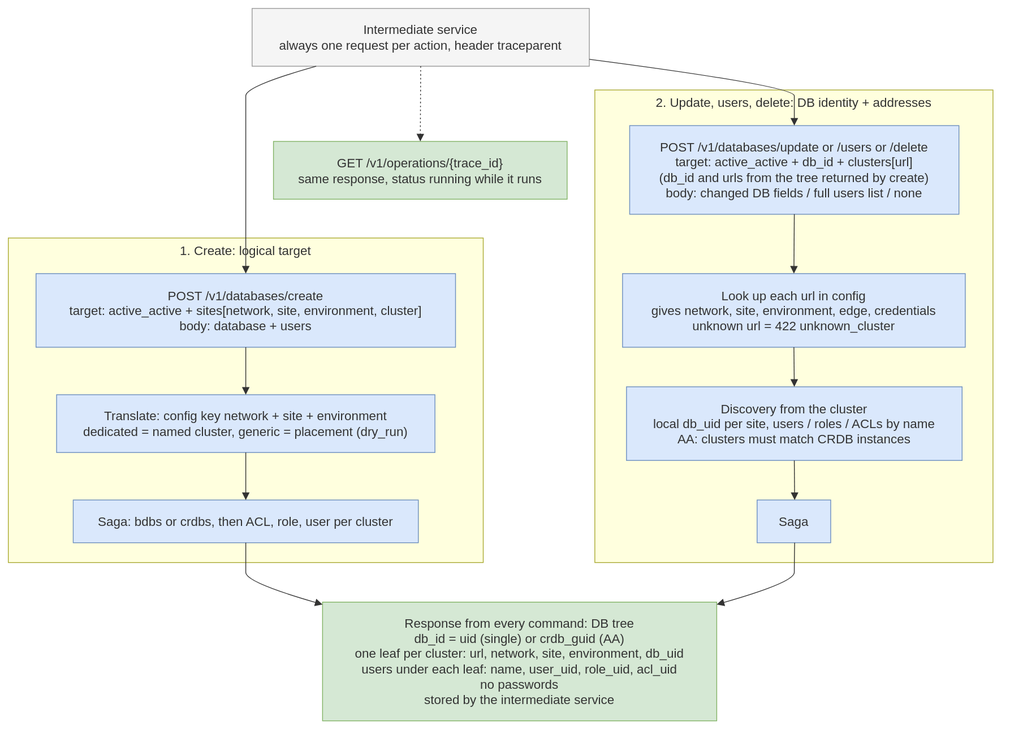
Earlier version of the draw.io export docs/dr/diagrams/15-api-contract.drawio.svg (EliShteinman/redis-enterprise-services). Source tidied: cells renumbered, new cells last; positions are measured from the earlier drawing's top-left corner, leaving out a move shared by most shapes.
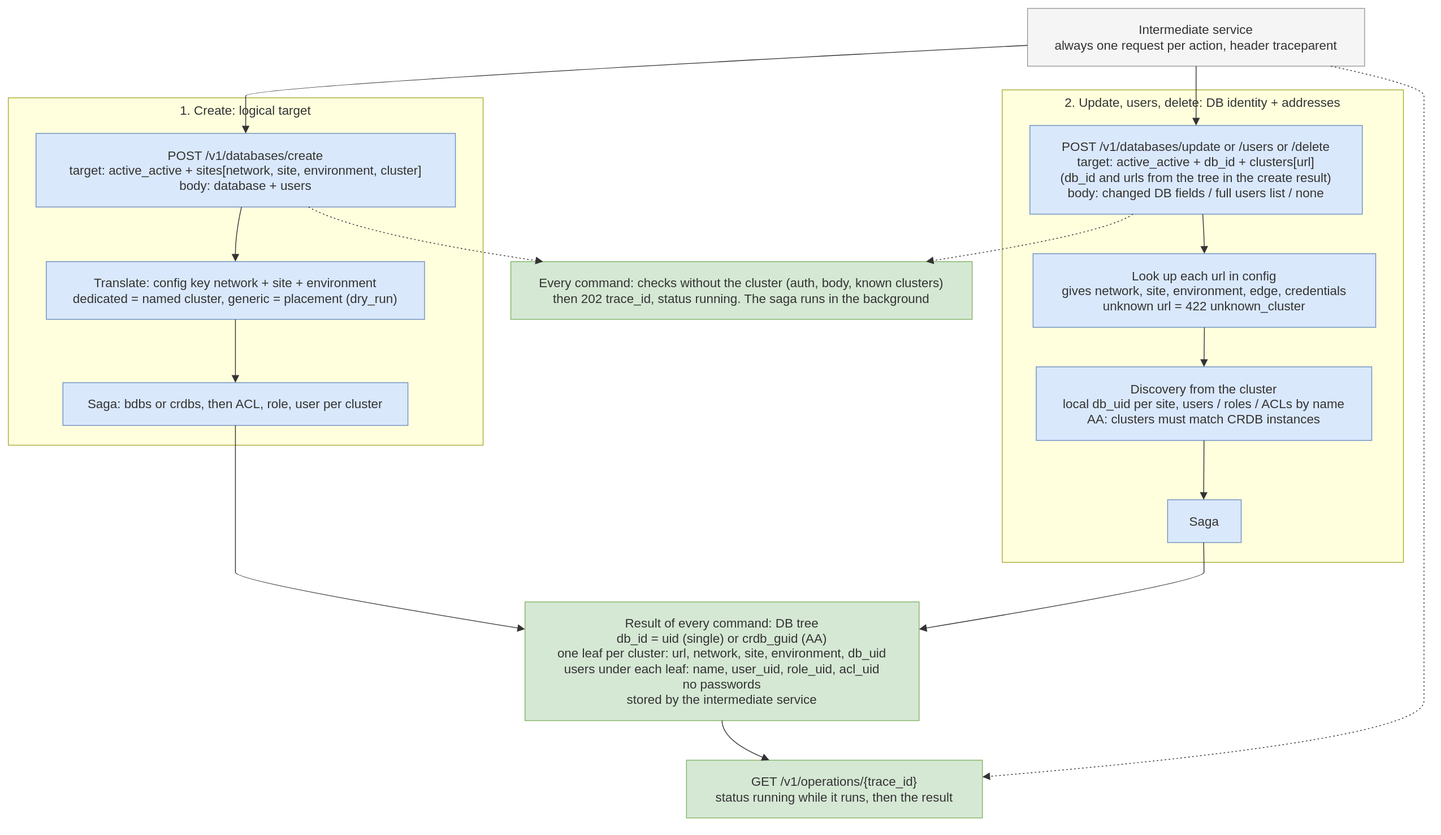
Above is the later version.

Commit message:
docs: asynchronous API, commands answer 202 and the result comes from the status query

Diff of the diagram source:
```diff
@@ -3,93 +3,137 @@
     <mxCell id="0" />
     <mxCell id="1" parent="0" />
     <mxCell id="2" value="1. Create: logical target" style="html=1;whiteSpace=wrap;strokeWidth=1;verticalAlign=top;fillColor=light-dark(#ffffde,#1f2020);strokeColor=light-dark(#aaaa33,#cccccc);fontColor=light-dark(#333333,#cccccc);fontFamily=Trebuchet MS,Verdana,Arial,sans-serif;fontSize=16;" parent="1" vertex="1">
-      <mxGeometry y="290" width="600" height="410" as="geometry" />
+      <mxGeometry y="113" width="600" height="439" as="geometry" />
     </mxCell>
     <mxCell id="3" value="POST /v1/databases/create&#10;target: active_active + sites[network, site, environment, cluster]&#10;body: database + users" style="html=1;whiteSpace=wrap;strokeWidth=1;fillColor=#dae8fc;strokeColor=#6c8ebf;fontColor=light-dark(#333333,#cccccc);fontFamily=Trebuchet MS,Verdana,Arial,sans-serif;fontSize=16;" parent="2" vertex="1">
       <mxGeometry x="35" y="45" width="530" height="93" as="geometry" />
     </mxCell>
     <mxCell id="4" value="Translate: config key network + site + environment&#10;dedicated = named cluster, generic = placement (dry_run)" style="html=1;whiteSpace=wrap;strokeWidth=1;fillColor=#dae8fc;strokeColor=#6c8ebf;fontColor=light-dark(#333333,#cccccc);fontFamily=Trebuchet MS,Verdana,Arial,sans-serif;fontSize=16;" parent="2" vertex="1">
-      <mxGeometry x="61" y="198" width="478" height="73" as="geometry" />
+      <mxGeometry x="48" y="207" width="478" height="73" as="geometry" />
     </mxCell>
     <mxCell id="5" value="Saga: bdbs or crdbs, then ACL, role, user per cluster" style="html=1;whiteSpace=wrap;strokeWidth=1;fillColor=#dae8fc;strokeColor=#6c8ebf;fontColor=light-dark(#333333,#cccccc);fontFamily=Trebuchet MS,Verdana,Arial,sans-serif;fontSize=16;" parent="2" vertex="1">
-      <mxGeometry x="82" y="331" width="436" height="54" as="geometry" />
+      <mxGeometry x="69" y="360" width="436" height="54" as="geometry" />
     </mxCell>
-    <mxCell id="6" style="curved=1;startArrow=none;endArrow=block;endSize=7;strokeColor=light-dark(#333333,#cccccc);exitX=0.5;exitY=1;entryX=0.5;entryY=0;" parent="2" edge="1" source="3" target="4">
-      <mxGeometry relative="1" as="geometry" />
-    </mxCell>
-    <mxCell id="7" style="curved=1;startArrow=none;endArrow=block;endSize=7;strokeColor=light-dark(#333333,#cccccc);exitX=0.5;exitY=1;entryX=0.5;entryY=0;" parent="2" edge="1" source="4" target="5">
-      <mxGeometry relative="1" as="geometry" />
-    </mxCell>
+    <mxCell id="15" style="curved=1;startArrow=none;endArrow=block;endSize=7;strokeColor=light-dark(#333333,#cccccc);exitX=0.49;exitY=1;entryX=0.5;entryY=0;" parent="2" edge="1" source="3" target="4">
+      <mxGeometry relative="1" as="geometry">
+        <Array as="points">
+          <mxPoint x="287" y="172" />
+        </Array>
+      </mxGeometry>
+    </mxCell>
+    <mxCell id="24" style="curved=1;startArrow=none;endArrow=block;endSize=7;strokeColor=light-dark(#333333,#cccccc);exitX=0.5;exitY=1;entryX=0.5;entryY=0;" parent="2" edge="1" source="4" target="5">
+      <mxGeometry relative="1" as="geometry" />
+    </mxCell>
     <mxCell id="8" value="2. Update, users, delete: DB identity + addresses" style="html=1;whiteSpace=wrap;strokeWidth=1;verticalAlign=top;fillColor=light-dark(#ffffde,#1f2020);strokeColor=light-dark(#aaaa33,#cccccc);fontColor=light-dark(#333333,#cccccc);fontFamily=Trebuchet MS,Verdana,Arial,sans-serif;fontSize=16;" parent="1" vertex="1">
-      <mxGeometry x="741" y="103" width="503" height="597" as="geometry" />
+      <mxGeometry x="1256" y="103" width="507" height="597" as="geometry" />
     </mxCell>
-    <mxCell id="9" value="POST /v1/databases/update or /users or /delete&#10;target: active_active + db_id + clusters[url]&#10;(db_id and urls from the tree returned by create)&#10;body: changed DB fields / full users list / none" style="html=1;whiteSpace=wrap;strokeWidth=1;fillColor=#dae8fc;strokeColor=#6c8ebf;fontColor=light-dark(#333333,#cccccc);fontFamily=Trebuchet MS,Verdana,Arial,sans-serif;fontSize=16;" parent="8" vertex="1">
-      <mxGeometry x="44" y="45" width="416" height="112" as="geometry" />
+    <mxCell id="9" value="POST /v1/databases/update or /users or /delete&#10;target: active_active + db_id + clusters[url]&#10;(db_id and urls from the tree in the create result)&#10;body: changed DB fields / full users list / none" style="html=1;whiteSpace=wrap;strokeWidth=1;fillColor=#dae8fc;strokeColor=#6c8ebf;fontColor=light-dark(#333333,#cccccc);fontFamily=Trebuchet MS,Verdana,Arial,sans-serif;fontSize=16;" parent="8" vertex="1">
+      <mxGeometry x="35" y="45" width="420" height="112" as="geometry" />
     </mxCell>
     <mxCell id="10" value="Look up each url in config&#10;gives network, site, environment, edge, credentials&#10;unknown url = 422 unknown_cluster" style="html=1;whiteSpace=wrap;strokeWidth=1;fillColor=#dae8fc;strokeColor=#6c8ebf;fontColor=light-dark(#333333,#cccccc);fontFamily=Trebuchet MS,Verdana,Arial,sans-serif;fontSize=16;" parent="8" vertex="1">
-      <mxGeometry x="35" y="232" width="433" height="93" as="geometry" />
+      <mxGeometry x="39" y="207" width="433" height="93" as="geometry" />
     </mxCell>
     <mxCell id="11" value="Discovery from the cluster&#10;local db_uid per site, users / roles / ACLs by name&#10;AA: clusters must match CRDB instances" style="html=1;whiteSpace=wrap;strokeWidth=1;fillColor=#dae8fc;strokeColor=#6c8ebf;fontColor=light-dark(#333333,#cccccc);fontFamily=Trebuchet MS,Verdana,Arial,sans-serif;fontSize=16;" parent="8" vertex="1">
-      <mxGeometry x="40" y="375" width="424" height="93" as="geometry" />
+      <mxGeometry x="43" y="350" width="424" height="93" as="geometry" />
     </mxCell>
     <mxCell id="12" value="Saga" style="html=1;whiteSpace=wrap;strokeWidth=1;fillColor=#dae8fc;strokeColor=#6c8ebf;fontColor=light-dark(#333333,#cccccc);fontFamily=Trebuchet MS,Verdana,Arial,sans-serif;fontSize=16;" parent="8" vertex="1">
-      <mxGeometry x="205" y="518" width="93" height="54" as="geometry" />
+      <mxGeometry x="209" y="518" width="93" height="54" as="geometry" />
     </mxCell>
-    <mxCell id="13" style="curved=1;startArrow=none;endArrow=block;endSize=7;strokeColor=light-dark(#333333,#cccccc);exitX=0.5;exitY=1;entryX=0.5;entryY=0;" parent="8" edge="1" source="9" target="10">
-      <mxGeometry relative="1" as="geometry" />
-    </mxCell>
-    <mxCell id="14" style="curved=1;startArrow=none;endArrow=block;endSize=7;strokeColor=light-dark(#333333,#cccccc);exitX=0.5;exitY=1;entryX=0.5;entryY=0;" parent="8" edge="1" source="10" target="11">
-      <mxGeometry relative="1" as="geometry" />
-    </mxCell>
-    <mxCell id="15" style="curved=1;startArrow=none;endArrow=block;endSize=7;strokeColor=light-dark(#333333,#cccccc);exitX=0.5;exitY=1;entryX=0.51;entryY=0;" parent="8" edge="1" source="11" target="12">
-      <mxGeometry relative="1" as="geometry" />
-    </mxCell>
+    <mxCell id="25" style="curved=1;startArrow=none;endArrow=block;endSize=7;strokeColor=light-dark(#333333,#cccccc);exitX=0.52;exitY=1;entryX=0.5;entryY=0;" parent="8" edge="1" source="9" target="10">
+      <mxGeometry relative="1" as="geometry">
+        <Array as="points">
+          <mxPoint x="255" y="182" />
+        </Array>
+      </mxGeometry>
+    </mxCell>
+    <mxCell id="26" style="curved=1;startArrow=none;endArrow=block;endSize=7;strokeColor=light-dark(#333333,#cccccc);exitX=0.5;exitY=1;entryX=0.5;entryY=0;" parent="8" edge="1" source="10" target="11">
+      <mxGeometry relative="1" as="geometry" />
+    </mxCell>
+    <mxCell id="27" style="curved=1;startArrow=none;endArrow=block;endSize=7;strokeColor=light-dark(#333333,#cccccc);exitX=0.5;exitY=1;entryX=0.49;entryY=0;" parent="8" edge="1" source="11" target="12">
+      <mxGeometry relative="1" as="geometry" />
+    </mxCell>
     <mxCell id="16" value="Intermediate service&#10;always one request per action, header traceparent" style="html=1;whiteSpace=wrap;strokeWidth=1;fillColor=#f5f5f5;strokeColor=#999999;fontColor=light-dark(#333333,#cccccc);fontFamily=Trebuchet MS,Verdana,Arial,sans-serif;fontSize=16;" parent="1" vertex="1">
-      <mxGeometry x="308" width="426" height="73" as="geometry" />
+      <mxGeometry x="1288" width="426" height="73" as="geometry" />
     </mxCell>
-    <mxCell id="17" value="Response from every command: DB tree&#10;db_id = uid (single) or crdb_guid (AA)&#10;one leaf per cluster: url, network, site, environment, db_uid&#10;users under each leaf: name, user_uid, role_uid, acl_uid&#10;no passwords&#10;stored by the intermediate service" style="html=1;whiteSpace=wrap;strokeWidth=1;fillColor=#d5e8d4;strokeColor=#82b366;fontColor=light-dark(#333333,#cccccc);fontFamily=Trebuchet MS,Verdana,Arial,sans-serif;fontSize=16;" parent="1" vertex="1">
-      <mxGeometry x="397" y="750" width="498" height="150" as="geometry" />
+    <mxCell id="17" value="Every command: checks without the cluster (auth, body, known clusters)&#10;then 202 trace_id, status running. The saga runs in the background" style="html=1;whiteSpace=wrap;strokeWidth=1;fillColor=#d5e8d4;strokeColor=#82b366;fontColor=light-dark(#333333,#cccccc);fontFamily=Trebuchet MS,Verdana,Arial,sans-serif;fontSize=16;" parent="1" vertex="1">
+      <mxGeometry x="635" y="320" width="583" height="73" as="geometry" />
     </mxCell>
-    <mxCell id="18" value="GET /v1/operations/{trace_id}&#10;same response, status running while it runs" style="html=1;whiteSpace=wrap;strokeWidth=1;fillColor=#d5e8d4;strokeColor=#82b366;fontColor=light-dark(#333333,#cccccc);fontFamily=Trebuchet MS,Verdana,Arial,sans-serif;fontSize=16;" parent="1" vertex="1">
-      <mxGeometry x="335" y="168" width="371" height="73" as="geometry" />
+    <mxCell id="18" value="Result of every command: DB tree&#10;db_id = uid (single) or crdb_guid (AA)&#10;one leaf per cluster: url, network, site, environment, db_uid&#10;users under each leaf: name, user_uid, role_uid, acl_uid&#10;no passwords&#10;stored by the intermediate service" style="html=1;whiteSpace=wrap;strokeWidth=1;fillColor=#d5e8d4;strokeColor=#82b366;fontColor=light-dark(#333333,#cccccc);fontFamily=Trebuchet MS,Verdana,Arial,sans-serif;fontSize=16;" parent="1" vertex="1">
+      <mxGeometry x="653" y="750" width="498" height="150" as="geometry" />
     </mxCell>
-    <mxCell id="19" style="curved=1;startArrow=none;endArrow=block;endSize=7;strokeColor=light-dark(#333333,#cccccc);exitX=0.19;exitY=1;entryX=0.5;entryY=0;" parent="1" edge="1" source="16" target="3">
-      <mxGeometry relative="1" as="geometry">
-        <Array as="points">
-          <mxPoint x="300" y="98" />
-          <mxPoint x="300" y="123" />
-          <mxPoint x="300" y="204" />
-          <mxPoint x="300" y="285" />
-          <mxPoint x="300" y="310" />
-        </Array>
-      </mxGeometry>
+    <mxCell id="19" value="GET /v1/operations/{trace_id}&#10;status running while it runs, then the result" style="html=1;whiteSpace=wrap;strokeWidth=1;fillColor=#d5e8d4;strokeColor=#82b366;fontColor=light-dark(#333333,#cccccc);fontFamily=Trebuchet MS,Verdana,Arial,sans-serif;fontSize=16;" parent="1" vertex="1">
+      <mxGeometry x="857" y="950" width="374" height="73" as="geometry" />
     </mxCell>
-    <mxCell id="20" style="curved=1;startArrow=none;endArrow=block;endSize=7;strokeColor=light-dark(#333333,#cccccc);exitX=1;exitY=0.88;entryX=0.5;entryY=0;" parent="1" edge="1" source="16" target="9">
+    <mxCell id="20" style="curved=1;startArrow=none;endArrow=block;endSize=7;strokeColor=light-dark(#333333,#cccccc);exitX=0;exitY=0.64;entryX=0.5;entryY=0;" parent="1" edge="1" source="16" target="3">
       <mxGeometry relative="1" as="geometry">
         <Array as="points">
-          <mxPoint x="993" y="98" />
-          <mxPoint x="993" y="123" />
+          <mxPoint x="300" y="98" />
+          <mxPoint x="300" y="123" />
         </Array>
       </mxGeometry>
     </mxCell>
-    <mxCell id="21" style="curved=1;startArrow=none;endArrow=block;endSize=7;strokeColor=light-dark(#333333,#cccccc);exitX=0.5;exitY=1;entryX=0;entryY=0.02;" parent="1" edge="1" source="5" target="17">
-      <mxGeometry relative="1" as="geometry">
-        <Array as="points">
-          <mxPoint x="300" y="700" />
-          <mxPoint x="300" y="725" />
-        </Array>
-      </mxGeometry>
+    <mxCell id="21" style="curved=1;startArrow=none;endArrow=block;endSize=7;strokeColor=light-dark(#333333,#cccccc);exitX=0.5;exitY=1;entryX=0.5;entryY=0;" parent="1" edge="1" source="16" target="9">
+      <mxGeometry relative="1" as="geometry" />
     </mxCell>
-    <mxCell id="22" style="curved=1;startArrow=none;endArrow=block;endSize=7;strokeColor=light-dark(#333333,#cccccc);exitX=0.51;exitY=1;entryX=1;entryY=0.02;" parent="1" edge="1" source="12" target="17">
+    <mxCell id="22" style="curved=1;dashed=1;dashPattern=2 3;fixDash=1;startArrow=none;endArrow=block;endSize=7;strokeColor=light-dark(#333333,#cccccc);exitX=0.65;exitY=1;entryX=0.07;entryY=0;" parent="1" edge="1" source="3" target="17">
       <mxGeometry relative="1" as="geometry">
         <Array as="points">
-          <mxPoint x="993" y="700" />
-          <mxPoint x="993" y="725" />
+          <mxPoint x="440" y="285" />
         </Array>
       </mxGeometry>
     </mxCell>
-    <mxCell id="23" style="curved=1;dashed=1;dashPattern=2 3;fixDash=1;startArrow=none;endArrow=block;endSize=7;strokeColor=light-dark(#333333,#cccccc);exitX=0.5;exitY=1;entryX=0.5;entryY=0;" parent="1" edge="1" source="16" target="18">
-      <mxGeometry relative="1" as="geometry" />
+    <mxCell id="23" style="curved=1;dashed=1;dashPattern=2 3;fixDash=1;startArrow=none;endArrow=block;endSize=7;strokeColor=light-dark(#333333,#cccccc);exitX=0.31;exitY=1;entryX=0.9;entryY=0;" parent="1" edge="1" source="9" target="17">
+      <mxGeometry relative="1" as="geometry">
+        <Array as="points">
+          <mxPoint x="1386" y="285" />
+        </Array>
+      </mxGeometry>
     </mxCell>
+    <mxCell id="6" style="curved=1;startArrow=none;endArrow=block;endSize=7;strokeColor=light-dark(#333333,#cccccc);exitX=0.5;exitY=1;entryX=0;entryY=0.23;" parent="1" edge="1" source="5" target="18">
+      <mxGeometry relative="1" as="geometry">
+        <Array as="points">
+          <mxPoint x="287" y="571" />
+          <mxPoint x="287" y="596" />
+          <mxPoint x="287" y="648" />
+          <mxPoint x="287" y="700" />
+          <mxPoint x="287" y="725" />
+        </Array>
+      </mxGeometry>
+    </mxCell>
+    <mxCell id="7" style="curved=1;startArrow=none;endArrow=block;endSize=7;strokeColor=light-dark(#333333,#cccccc);exitX=0.49;exitY=1;entryX=1;entryY=0.23;" parent="1" edge="1" source="12" target="18">
+      <mxGeometry relative="1" as="geometry">
+        <Array as="points">
+          <mxPoint x="1511" y="700" />
+          <mxPoint x="1511" y="725" />
+        </Array>
+      </mxGeometry>
+    </mxCell>
+    <mxCell id="13" style="curved=1;startArrow=none;endArrow=block;endSize=7;strokeColor=light-dark(#333333,#cccccc);exitX=0.5;exitY=1;entryX=0.28;entryY=0;" parent="1" edge="1" source="18" target="19">
+      <mxGeometry relative="1" as="geometry">
+        <Array as="points">
+          <mxPoint x="902" y="925" />
+        </Array>
+      </mxGeometry>
+    </mxCell>
+    <mxCell id="14" style="curved=1;dashed=1;dashPattern=2 3;fixDash=1;startArrow=none;endArrow=block;endSize=7;strokeColor=light-dark(#333333,#cccccc);exitX=0.9;exitY=1;entryX=1;entryY=0.29;" parent="1" edge="1" source="16" target="19">
+      <mxGeometry relative="1" as="geometry">
+        <Array as="points">
+          <mxPoint x="1789" y="98" />
+          <mxPoint x="1789" y="123" />
+          <mxPoint x="1789" y="204" />
+          <mxPoint x="1789" y="285" />
+          <mxPoint x="1789" y="357" />
+          <mxPoint x="1789" y="428" />
+          <mxPoint x="1789" y="500" />
+          <mxPoint x="1789" y="571" />
+          <mxPoint x="1789" y="596" />
+          <mxPoint x="1789" y="648" />
+          <mxPoint x="1789" y="700" />
+          <mxPoint x="1789" y="725" />
+          <mxPoint x="1789" y="825" />
+          <mxPoint x="1789" y="925" />
+        </Array>
+      </mxGeometry>
+    </mxCell>
   </root>
 </mxGraphModel>
```
